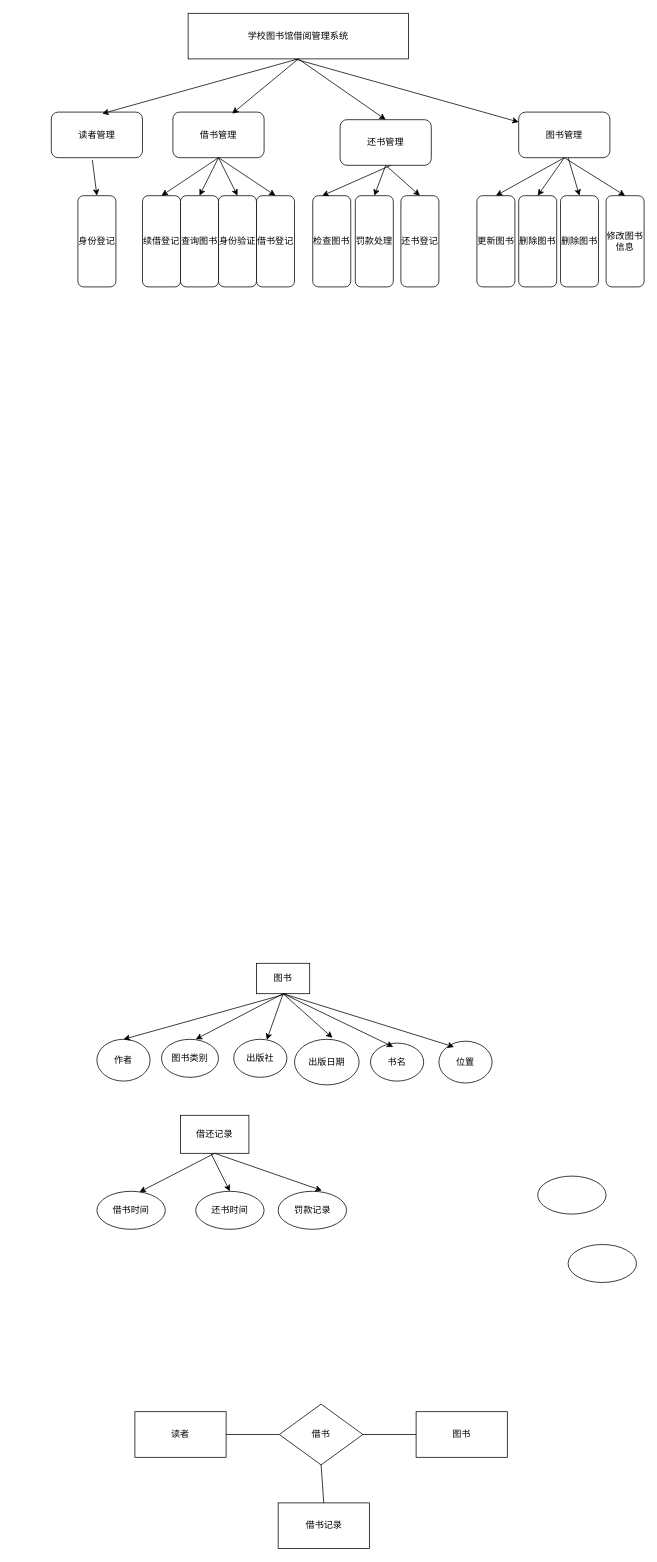
The draw.io diagram Untitled Diagram.drawio in yoyoOO123/yoyo2tong.xyz, before the edit. Source tidied: cells renumbered, new cells numbered last; positions are measured from the earlier drawing's top-left corner, leaving out a move shared by most shapes. Both pictures are drawn from the tidied source at 76%, with x=0, y=0 at pixel (51, 13).
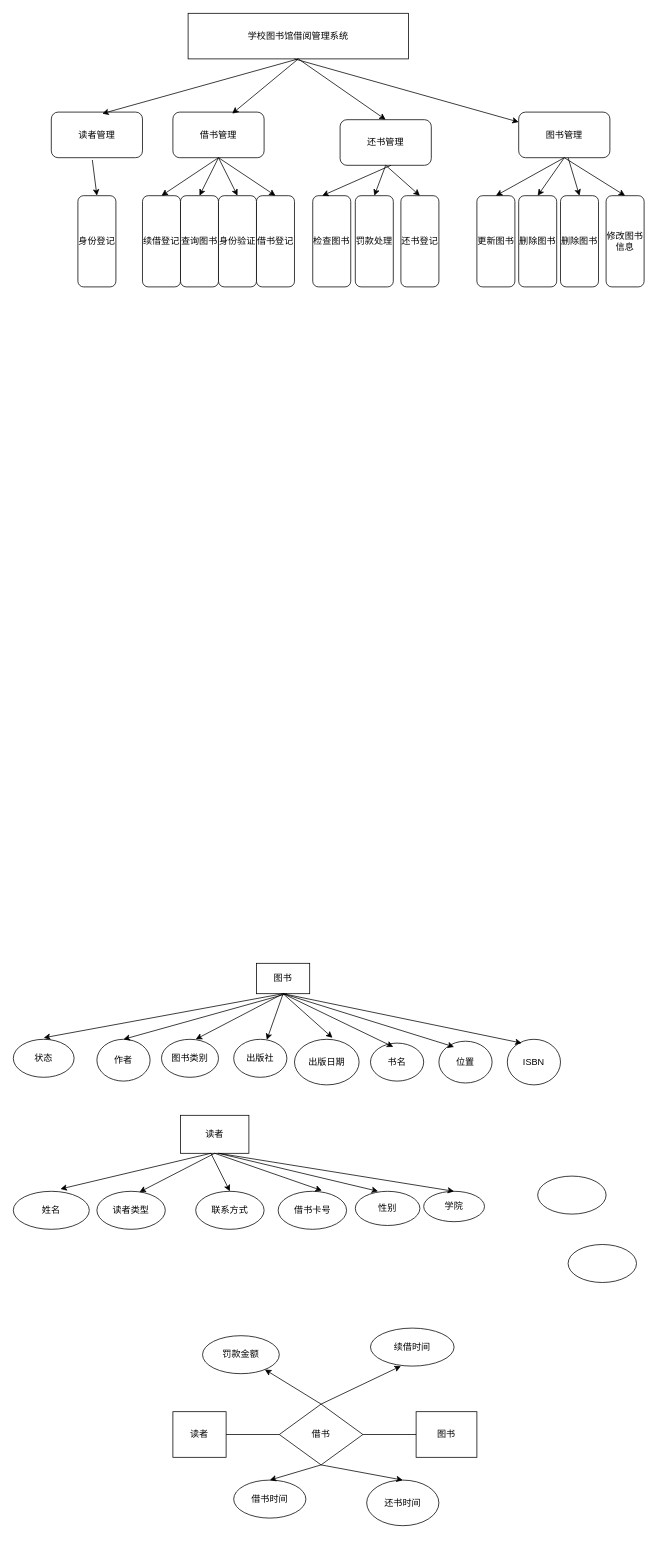
After the change.

The change refers to these unchanged cells:
```xml
<mxCell id="35" value="图书" style="rounded=0;whiteSpace=wrap;html=1;" parent="1" vertex="1">
  <mxGeometry x="270" y="1250" width="70" height="40" as="geometry" />
</mxCell>
<mxCell id="58" value="借书" style="rhombus;whiteSpace=wrap;html=1;" parent="1" vertex="1">
  <mxGeometry x="300" y="1830" width="110" height="80" as="geometry" />
</mxCell>
```

Diff of the diagram source:
```diff
@@
-    <mxCell id="48" value="借还记录" style="rounded=0;whiteSpace=wrap;html=1;" parent="1" vertex="1">
+    <mxCell id="48" value="读者" style="rounded=0;whiteSpace=wrap;html=1;" parent="1" vertex="1">
       <mxGeometry x="170" y="1450" width="90" height="50" as="geometry" />
     </mxCell>
-    <mxCell id="49" value="借书时间" style="ellipse;whiteSpace=wrap;html=1;" parent="1" vertex="1">
+    <mxCell id="49" value="读者类型" style="ellipse;whiteSpace=wrap;html=1;" parent="1" vertex="1">
       <mxGeometry x="60" y="1550" width="90" height="50" as="geometry" />
     </mxCell>
-    <mxCell id="50" value="还书时间" style="ellipse;whiteSpace=wrap;html=1;" parent="1" vertex="1">
+    <mxCell id="50" value="联系方式" style="ellipse;whiteSpace=wrap;html=1;" parent="1" vertex="1">
       <mxGeometry x="190" y="1550" width="90" height="50" as="geometry" />
     </mxCell>
@@
-    <mxCell id="52" value="罚款记录" style="ellipse;whiteSpace=wrap;html=1;" parent="1" vertex="1">
+    <mxCell id="52" value="借书卡号" style="ellipse;whiteSpace=wrap;html=1;" parent="1" vertex="1">
       <mxGeometry x="298.5" y="1550" width="90" height="50" as="geometry" />
     </mxCell>
@@
     <mxCell id="57" value="读者" style="rounded=0;whiteSpace=wrap;html=1;" parent="1" vertex="1">
-      <mxGeometry x="110" y="1840" width="120" height="60" as="geometry" />
+      <mxGeometry x="160" y="1840" width="70" height="60" as="geometry" />
     </mxCell>
@@
     <mxCell id="59" value="图书" style="rounded=0;whiteSpace=wrap;html=1;" parent="1" vertex="1">
-      <mxGeometry x="480" y="1840" width="120" height="60" as="geometry" />
+      <mxGeometry x="480" y="1840" width="80" height="60" as="geometry" />
     </mxCell>
-    <mxCell id="60" value="借书记录" style="rounded=0;whiteSpace=wrap;html=1;" parent="1" vertex="1">
-      <mxGeometry x="298.5" y="1960" width="120" height="60" as="geometry" />
-    </mxCell>
@@
-    <mxCell id="63" style="endArrow=none;html=1;exitX=0.5;exitY=1;exitDx=0;exitDy=0;entryX=0.5;entryY=0;entryDx=0;entryDy=0;" parent="1" edge="1" source="58" target="60">
-      <mxGeometry relative="1" as="geometry" />
-    </mxCell>
+    <mxCell id="64" value="ISBN" style="ellipse;whiteSpace=wrap;html=1;" parent="1" vertex="1">
+      <mxGeometry x="600" y="1350" width="70" height="60" as="geometry" />
+    </mxCell>
+    <mxCell id="65" style="endArrow=classic;html=1;entryX=0.271;entryY=0.083;entryDx=0;entryDy=0;entryPerimeter=0;" parent="1" edge="1" target="64">
+      <mxGeometry relative="1" as="geometry">
+        <mxPoint x="305" y="1290" as="sourcePoint" />
+      </mxGeometry>
+    </mxCell>
+    <mxCell id="66" value="姓名" style="ellipse;whiteSpace=wrap;html=1;" parent="1" vertex="1">
+      <mxGeometry x="-50" y="1550" width="100" height="50" as="geometry" />
+    </mxCell>
+    <mxCell id="67" style="endArrow=classic;html=1;entryX=0.62;entryY=-0.06;entryDx=0;entryDy=0;entryPerimeter=0;" parent="1" edge="1" target="66">
+      <mxGeometry relative="1" as="geometry">
+        <mxPoint x="210" y="1500" as="sourcePoint" />
+      </mxGeometry>
+    </mxCell>
+    <mxCell id="68" value="性别" style="ellipse;whiteSpace=wrap;html=1;" parent="1" vertex="1">
+      <mxGeometry x="400" y="1550" width="85" height="45" as="geometry" />
+    </mxCell>
+    <mxCell id="69" value="学院" style="ellipse;whiteSpace=wrap;html=1;" parent="1" vertex="1">
+      <mxGeometry x="490" y="1550" width="80" height="40" as="geometry" />
+    </mxCell>
+    <mxCell id="70" style="endArrow=classic;html=1;" parent="1" edge="1">
+      <mxGeometry relative="1" as="geometry">
+        <mxPoint x="220" y="1500" as="sourcePoint" />
+        <mxPoint x="430" y="1550" as="targetPoint" />
+      </mxGeometry>
+    </mxCell>
+    <mxCell id="71" style="endArrow=classic;html=1;entryX=0.5;entryY=0;entryDx=0;entryDy=0;" parent="1" edge="1" target="69">
+      <mxGeometry relative="1" as="geometry">
+        <mxPoint x="220" y="1500" as="sourcePoint" />
+      </mxGeometry>
+    </mxCell>
+    <mxCell id="72" value="借书时间" style="ellipse;whiteSpace=wrap;html=1;" parent="1" vertex="1">
+      <mxGeometry x="240" y="1930" width="95" height="50" as="geometry" />
+    </mxCell>
+    <mxCell id="73" value="罚款金额" style="ellipse;whiteSpace=wrap;html=1;" parent="1" vertex="1">
+      <mxGeometry x="199" y="1740" width="101" height="50" as="geometry" />
+    </mxCell>
+    <mxCell id="74" style="endArrow=classic;html=1;exitX=0.5;exitY=0;exitDx=0;exitDy=0;" parent="1" edge="1" source="58" target="73">
+      <mxGeometry relative="1" as="geometry" />
+    </mxCell>
+    <mxCell id="75" value="还书时间" style="ellipse;whiteSpace=wrap;html=1;" parent="1" vertex="1">
+      <mxGeometry x="415" y="1930" width="95" height="60" as="geometry" />
+    </mxCell>
+    <mxCell id="76" style="endArrow=classic;html=1;exitX=0.5;exitY=1;exitDx=0;exitDy=0;entryX=0.5;entryY=0;entryDx=0;entryDy=0;" parent="1" edge="1" source="58" target="72">
+      <mxGeometry relative="1" as="geometry" />
+    </mxCell>
+    <mxCell id="77" style="endArrow=classic;html=1;exitX=0.5;exitY=1;exitDx=0;exitDy=0;entryX=0.5;entryY=0;entryDx=0;entryDy=0;" parent="1" edge="1" source="58" target="75">
+      <mxGeometry relative="1" as="geometry" />
+    </mxCell>
+    <mxCell id="78" value="状态" style="ellipse;whiteSpace=wrap;html=1;" parent="1" vertex="1">
+      <mxGeometry x="-50" y="1350" width="80" height="50" as="geometry" />
+    </mxCell>
+    <mxCell id="79" style="endArrow=classic;html=1;exitX=0.5;exitY=1;exitDx=0;exitDy=0;" parent="1" edge="1" source="35">
+      <mxGeometry relative="1" as="geometry">
+        <mxPoint x="-10" y="1348" as="targetPoint" />
+      </mxGeometry>
+    </mxCell>
+    <mxCell id="80" value="续借时间" style="ellipse;whiteSpace=wrap;html=1;" parent="1" vertex="1">
+      <mxGeometry x="420" y="1730" width="110" height="50" as="geometry" />
+    </mxCell>
+    <mxCell id="81" style="endArrow=classic;html=1;exitX=0.5;exitY=0;exitDx=0;exitDy=0;" parent="1" edge="1" source="58">
+      <mxGeometry relative="1" as="geometry">
+        <mxPoint x="460" y="1780" as="targetPoint" />
+      </mxGeometry>
+    </mxCell>
```
